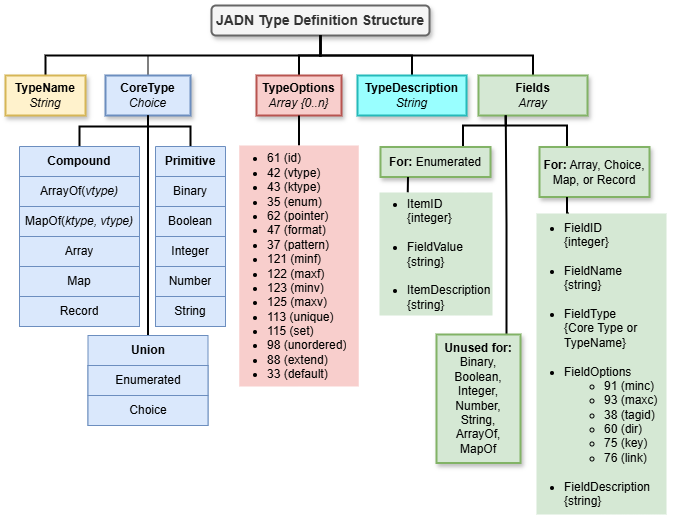
Earlier version of the draw.io export images/JADN-Type-Def-Structure.drawio.png (oasis-tcs/openc2-jadn-im). Source tidied: cells renumbered, new cells last; positions are measured from the earlier drawing's top-left corner, leaving out a move shared by most shapes.
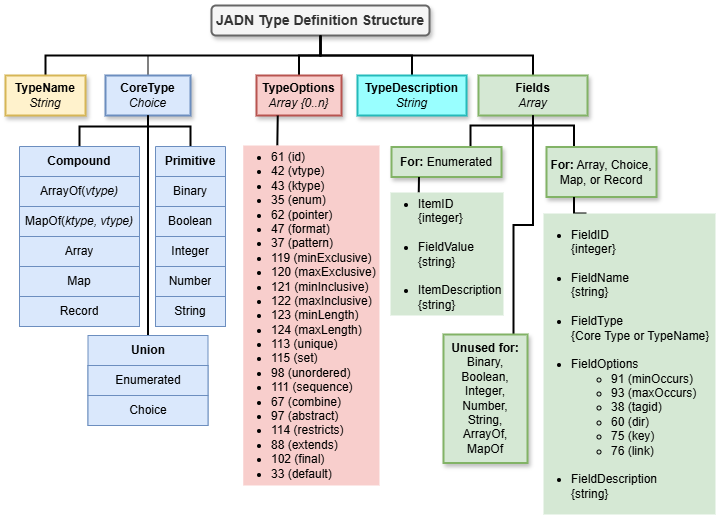
After the commit.

Commit message:
update Fig 3-2 for Type & Field Option changes

The edit, as a diff of the source:
```diff
@@ -77,11 +77,11 @@
     <mxCell id="26" value="&lt;b&gt;TypeOptions&lt;/b&gt;&lt;div&gt;&lt;i&gt;Array {0..n}&lt;/i&gt;&lt;/div&gt;" style="rounded=0;whiteSpace=wrap;html=1;fillColor=#f8cecc;strokeColor=#b85450;strokeWidth=2;shadow=1;" parent="1" vertex="1">
       <mxGeometry x="251" y="70" width="85" height="40" as="geometry" />
     </mxCell>
-    <mxCell id="27" style="edgeStyle=orthogonalEdgeStyle;rounded=0;jettySize=auto;html=1;exitX=0.5;exitY=0;exitDx=0;exitDy=0;entryX=0.5;entryY=1;entryDx=0;entryDy=0;strokeWidth=2;endArrow=none;endFill=0;" parent="1" edge="1" source="28" target="26">
+    <mxCell id="27" style="edgeStyle=orthogonalEdgeStyle;rounded=0;jettySize=auto;html=1;exitX=0.25;exitY=0;exitDx=0;exitDy=0;entryX=0.25;entryY=1;entryDx=0;entryDy=0;strokeWidth=2;endArrow=none;endFill=0;" parent="1" edge="1" source="28" target="26">
       <mxGeometry relative="1" as="geometry" />
     </mxCell>
-    <mxCell id="28" value="&lt;ul&gt;&lt;li&gt;61 (id)&lt;/li&gt;&lt;li&gt;42 (vtype)&lt;/li&gt;&lt;li&gt;43 (ktype)&lt;/li&gt;&lt;li&gt;35 (enum)&lt;/li&gt;&lt;li&gt;62 (pointer)&lt;/li&gt;&lt;li&gt;47 (format)&lt;/li&gt;&lt;li&gt;37 (pattern)&lt;/li&gt;&lt;li&gt;121 (minf)&lt;/li&gt;&lt;li&gt;122 (maxf)&lt;/li&gt;&lt;li&gt;123 (minv)&lt;/li&gt;&lt;li&gt;125 (maxv)&lt;/li&gt;&lt;li&gt;113 (unique)&lt;/li&gt;&lt;li&gt;115 (set)&lt;/li&gt;&lt;li&gt;98 (unordered)&lt;/li&gt;&lt;li&gt;88 (extend)&lt;/li&gt;&lt;li&gt;33 (default)&lt;/li&gt;&lt;/ul&gt;" style="text;strokeColor=none;fillColor=#f8cecc;html=1;whiteSpace=wrap;verticalAlign=middle;overflow=hidden;spacing=-12;" parent="1" vertex="1">
-      <mxGeometry x="233.8" y="140" width="119.5" height="241" as="geometry" />
+    <mxCell id="28" value="&lt;ul&gt;&lt;li&gt;61 (id)&lt;/li&gt;&lt;li&gt;42 (vtype)&lt;/li&gt;&lt;li&gt;43 (ktype)&lt;/li&gt;&lt;li&gt;35 (enum)&lt;/li&gt;&lt;li&gt;62 (pointer)&lt;/li&gt;&lt;li&gt;47 (format)&lt;/li&gt;&lt;li&gt;37 (pattern)&lt;/li&gt;&lt;li&gt;119 (minExclusive)&lt;/li&gt;&lt;li&gt;120 (maxExclusive)&lt;/li&gt;&lt;li&gt;121 (minInclusive)&lt;/li&gt;&lt;li&gt;122 (maxInclusive)&lt;/li&gt;&lt;li&gt;123 (minLength)&lt;/li&gt;&lt;li&gt;124 (maxLength)&lt;/li&gt;&lt;li&gt;113 (unique)&lt;/li&gt;&lt;li&gt;115 (set)&lt;/li&gt;&lt;li&gt;98 (unordered)&lt;/li&gt;&lt;li&gt;111 (sequence)&lt;/li&gt;&lt;li&gt;67 (combine)&lt;/li&gt;&lt;li&gt;97 (abstract)&lt;/li&gt;&lt;li&gt;114 (restricts)&lt;/li&gt;&lt;li&gt;88 (extends)&lt;/li&gt;&lt;li&gt;102 (final)&lt;/li&gt;&lt;li&gt;33 (default)&lt;/li&gt;&lt;/ul&gt;" style="text;strokeColor=none;fillColor=#f8cecc;html=1;whiteSpace=wrap;verticalAlign=middle;overflow=hidden;spacing=-12;" parent="1" vertex="1">
+      <mxGeometry x="237.8" y="140" width="136.2" height="340" as="geometry" />
     </mxCell>
     <mxCell id="29" style="edgeStyle=orthogonalEdgeStyle;rounded=0;jettySize=auto;html=1;exitX=0.5;exitY=0;exitDx=0;exitDy=0;entryX=0.5;entryY=1;entryDx=0;entryDy=0;strokeWidth=2;endArrow=none;endFill=0;" parent="1" edge="1" source="30" target="2">
       <mxGeometry relative="1" as="geometry" />
@@ -95,45 +95,45 @@
     <mxCell id="32" value="&lt;b&gt;Fields&lt;/b&gt;&lt;div&gt;&lt;i&gt;Array&lt;/i&gt;&lt;/div&gt;" style="rounded=0;whiteSpace=wrap;html=1;fillColor=#d5e8d4;strokeColor=#82b366;strokeWidth=2;shadow=1;" parent="1" vertex="1">
       <mxGeometry x="473" y="70" width="109" height="40" as="geometry" />
     </mxCell>
-    <mxCell id="33" style="edgeStyle=orthogonalEdgeStyle;rounded=0;jettySize=auto;html=1;exitX=0.833;exitY=0;exitDx=0;exitDy=0;entryX=0.25;entryY=1;entryDx=0;entryDy=0;strokeWidth=2;endArrow=none;endFill=0;exitPerimeter=0;" parent="1" edge="1" source="34" target="32">
+    <mxCell id="33" style="edgeStyle=orthogonalEdgeStyle;rounded=0;jettySize=auto;html=1;exitX=0.833;exitY=0;exitDx=0;exitDy=0;entryX=0.5;entryY=1;entryDx=0;entryDy=0;strokeWidth=2;endArrow=none;endFill=0;exitPerimeter=0;" parent="1" edge="1" source="34" target="32">
       <mxGeometry relative="1" as="geometry" />
     </mxCell>
     <mxCell id="34" value="&lt;b&gt;Unused for:&lt;/b&gt; Binary, Boolean, Integer, Number, String, ArrayOf, MapOf" style="rounded=0;whiteSpace=wrap;html=1;fillColor=#d5e8d4;strokeColor=#82b366;strokeWidth=2;shadow=1;" parent="1" vertex="1">
-      <mxGeometry x="431" y="329" width="84" height="128.5" as="geometry" />
+      <mxGeometry x="438" y="329" width="84" height="128.5" as="geometry" />
     </mxCell>
-    <mxCell id="35" style="rounded=0;jettySize=auto;html=1;exitX=0.25;exitY=0;exitDx=0;exitDy=0;entryX=0.25;entryY=1;entryDx=0;entryDy=0;strokeWidth=2;endArrow=none;endFill=0;edgeStyle=orthogonalEdgeStyle;" parent="1" edge="1" source="36" target="32">
+    <mxCell id="35" style="rounded=0;jettySize=auto;html=1;exitX=0.25;exitY=0;exitDx=0;exitDy=0;entryX=0.5;entryY=1;entryDx=0;entryDy=0;strokeWidth=2;endArrow=none;endFill=0;edgeStyle=orthogonalEdgeStyle;" parent="1" edge="1" source="36" target="32">
       <mxGeometry relative="1" as="geometry">
         <Array as="points">
-          <mxPoint x="562" y="120" />
-          <mxPoint x="500" y="120" />
+          <mxPoint x="569" y="120" />
+          <mxPoint x="528" y="120" />
         </Array>
       </mxGeometry>
     </mxCell>
     <mxCell id="36" value="&lt;b&gt;For:&lt;/b&gt; Array, Choice, Map, or Record" style="rounded=0;whiteSpace=wrap;html=1;fillColor=#d5e8d4;strokeColor=#82b366;strokeWidth=2;shadow=1;" parent="1" vertex="1">
-      <mxGeometry x="534" y="141.5" width="110" height="50" as="geometry" />
+      <mxGeometry x="541" y="141.5" width="110" height="50" as="geometry" />
     </mxCell>
     <mxCell id="37" style="edgeStyle=orthogonalEdgeStyle;rounded=0;jettySize=auto;html=1;exitX=0.25;exitY=0;exitDx=0;exitDy=0;entryX=0.25;entryY=1;entryDx=0;entryDy=0;strokeWidth=2;endArrow=none;endFill=0;" parent="1" edge="1" source="38" target="36">
       <mxGeometry relative="1" as="geometry" />
     </mxCell>
-    <mxCell id="38" value="&lt;ul&gt;&lt;li&gt;FieldID&lt;br&gt;{integer}&lt;br&gt;&lt;br&gt;&lt;/li&gt;&lt;li&gt;FieldName&lt;br&gt;{string}&lt;br&gt;&lt;br&gt;&lt;/li&gt;&lt;li&gt;FieldType&lt;br&gt;{Core Type or TypeName}&lt;br&gt;&lt;br&gt;&lt;/li&gt;&lt;li&gt;FieldOptions&lt;/li&gt;&lt;ul&gt;&lt;li&gt;91 (minc)&lt;/li&gt;&lt;li&gt;93 (maxc)&lt;br&gt;&lt;/li&gt;&lt;li&gt;&lt;span style=&quot;background-color: initial;&quot;&gt;38 (tagid)&lt;/span&gt;&lt;/li&gt;&lt;li&gt;60 (dir)&lt;/li&gt;&lt;li&gt;75 (key)&lt;/li&gt;&lt;li&gt;76 (link)&lt;br&gt;&lt;br&gt;&lt;/li&gt;&lt;/ul&gt;&lt;li&gt;FieldDescription&lt;br&gt;{string}&lt;/li&gt;&lt;/ul&gt;" style="text;strokeColor=none;fillColor=#d5e8d4;html=1;whiteSpace=wrap;verticalAlign=middle;overflow=hidden;spacing=-12;" parent="1" vertex="1">
-      <mxGeometry x="531" y="208" width="130" height="301" as="geometry" />
+    <mxCell id="38" value="&lt;ul&gt;&lt;li&gt;FieldID&lt;br&gt;{integer}&lt;br&gt;&lt;br&gt;&lt;/li&gt;&lt;li&gt;FieldName&lt;br&gt;{string}&lt;br&gt;&lt;br&gt;&lt;/li&gt;&lt;li&gt;FieldType&lt;br&gt;{Core Type or TypeName}&lt;br&gt;&lt;br&gt;&lt;/li&gt;&lt;li&gt;FieldOptions&lt;/li&gt;&lt;ul&gt;&lt;li&gt;&lt;span style=&quot;background-color: initial;&quot;&gt;91 (minOccurs)&lt;/span&gt;&lt;/li&gt;&lt;li&gt;93 (maxOccurs)&lt;br&gt;&lt;/li&gt;&lt;li&gt;&lt;span style=&quot;background-color: initial;&quot;&gt;38 (tagid)&lt;/span&gt;&lt;/li&gt;&lt;li&gt;60 (dir)&lt;/li&gt;&lt;li&gt;75 (key)&lt;/li&gt;&lt;li&gt;76 (link)&lt;br&gt;&lt;br&gt;&lt;/li&gt;&lt;/ul&gt;&lt;li&gt;FieldDescription&lt;br&gt;{string}&lt;/li&gt;&lt;/ul&gt;" style="text;strokeColor=none;fillColor=#d5e8d4;html=1;whiteSpace=wrap;verticalAlign=middle;overflow=hidden;spacing=-12;" parent="1" vertex="1">
+      <mxGeometry x="538" y="208" width="172" height="301" as="geometry" />
     </mxCell>
-    <mxCell id="39" style="rounded=0;jettySize=auto;html=1;exitX=0.75;exitY=0;exitDx=0;exitDy=0;strokeWidth=2;endArrow=none;endFill=0;entryX=0.25;entryY=1;entryDx=0;entryDy=0;edgeStyle=orthogonalEdgeStyle;" parent="1" edge="1" source="40" target="32">
+    <mxCell id="39" style="rounded=0;jettySize=auto;html=1;exitX=0.75;exitY=0;exitDx=0;exitDy=0;strokeWidth=2;endArrow=none;endFill=0;entryX=0.5;entryY=1;entryDx=0;entryDy=0;edgeStyle=orthogonalEdgeStyle;" parent="1" edge="1" source="40" target="32">
       <mxGeometry relative="1" as="geometry">
         <Array as="points">
-          <mxPoint x="457" y="120" />
-          <mxPoint x="500" y="120" />
+          <mxPoint x="465" y="120" />
+          <mxPoint x="528" y="120" />
         </Array>
       </mxGeometry>
     </mxCell>
     <mxCell id="40" value="&lt;b&gt;For:&lt;/b&gt; Enumerated" style="rounded=0;whiteSpace=wrap;html=1;fillColor=#d5e8d4;strokeColor=#82b366;strokeWidth=2;shadow=1;" parent="1" vertex="1">
-      <mxGeometry x="375" y="141.5" width="110" height="30" as="geometry" />
+      <mxGeometry x="386" y="141.5" width="110" height="30" as="geometry" />
     </mxCell>
     <mxCell id="41" style="edgeStyle=orthogonalEdgeStyle;rounded=0;jettySize=auto;html=1;exitX=0.25;exitY=0;exitDx=0;exitDy=0;entryX=0.25;entryY=1;entryDx=0;entryDy=0;strokeWidth=2;endArrow=none;endFill=0;" parent="1" edge="1" source="42" target="40">
       <mxGeometry relative="1" as="geometry" />
     </mxCell>
     <mxCell id="42" value="&lt;ul&gt;&lt;li&gt;ItemID&lt;br&gt;{integer}&lt;br&gt;&lt;br&gt;&lt;/li&gt;&lt;li&gt;FieldValue&lt;br&gt;{string}&lt;br&gt;&lt;br&gt;&lt;/li&gt;&lt;li&gt;&lt;span style=&quot;background-color: initial;&quot;&gt;ItemDescription&lt;br&gt;&lt;/span&gt;{string}&lt;/li&gt;&lt;/ul&gt;" style="text;strokeColor=none;fillColor=#d5e8d4;html=1;whiteSpace=wrap;verticalAlign=middle;overflow=hidden;spacing=-12;" parent="1" vertex="1">
-      <mxGeometry x="374" y="187" width="113" height="123" as="geometry" />
+      <mxGeometry x="385" y="187" width="113" height="123" as="geometry" />
     </mxCell>
   </root>
 </mxGraphModel>
```
